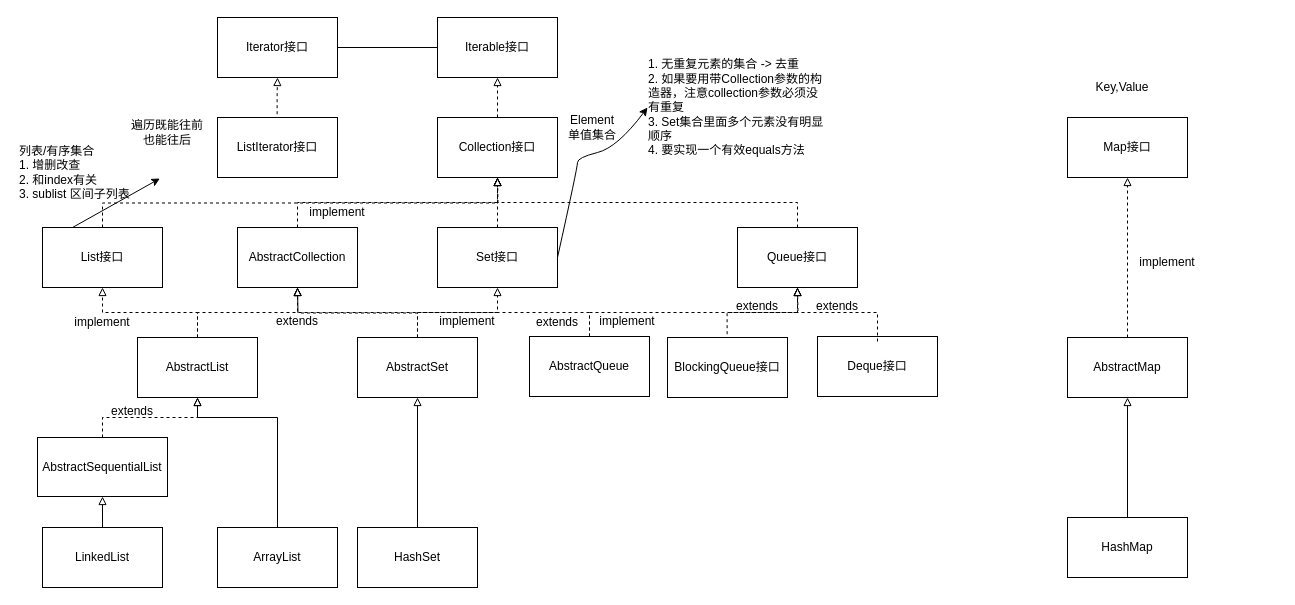
This is collections.drawio from zhangge208/LearningJava, a draw.io file, before an edit. Source tidied: cells renumbered, new cells numbered last; positions are measured from the earlier drawing's top-left corner, leaving out a move shared by most shapes. Both pictures are drawn from the tidied source at 100%, with x=0, y=0 at pixel (17, 17).
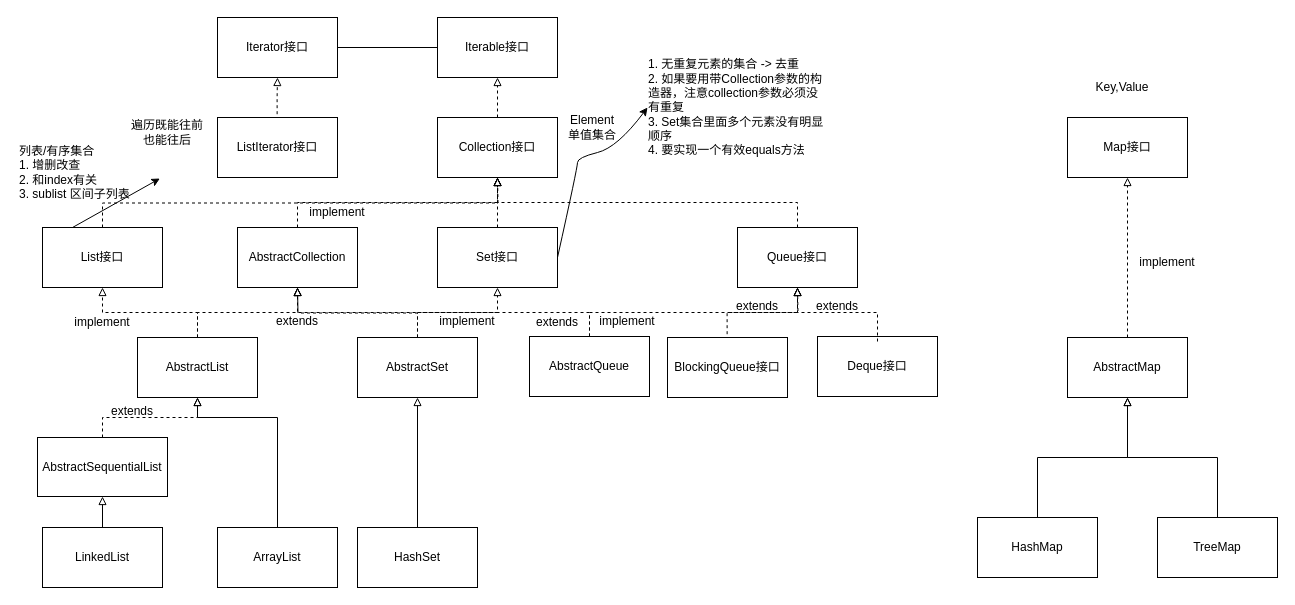
The same diagram, later.

The change refers to these unchanged cells:
```xml
<mxCell id="57" value="AbstractMap" style="rounded=0;whiteSpace=wrap;html=1;" parent="1" vertex="1">
  <mxGeometry x="1050" y="320" width="120" height="60" as="geometry" />
</mxCell>
```

Change to the diagram source:
```diff
@@
     <mxCell id="10" value="HashMap" style="rounded=0;whiteSpace=wrap;html=1;" parent="1" vertex="1">
-      <mxGeometry x="1050" y="500" width="120" height="60" as="geometry" />
+      <mxGeometry x="960" y="500" width="120" height="60" as="geometry" />
     </mxCell>
@@
+    <mxCell id="60" value="TreeMap" style="rounded=0;whiteSpace=wrap;html=1;" parent="1" vertex="1">
+      <mxGeometry x="1140" y="500" width="120" height="60" as="geometry" />
+    </mxCell>
+    <mxCell id="61" style="endArrow=block;endFill=0;shadow=0;strokeWidth=1;rounded=0;edgeStyle=orthogonalEdgeStyle;elbow=vertical;exitX=0.5;exitY=0;exitDx=0;exitDy=0;entryX=0.5;entryY=1;entryDx=0;entryDy=0;" parent="1" edge="1" source="60" target="57">
+      <mxGeometry relative="1" as="geometry" />
+    </mxCell>
```
